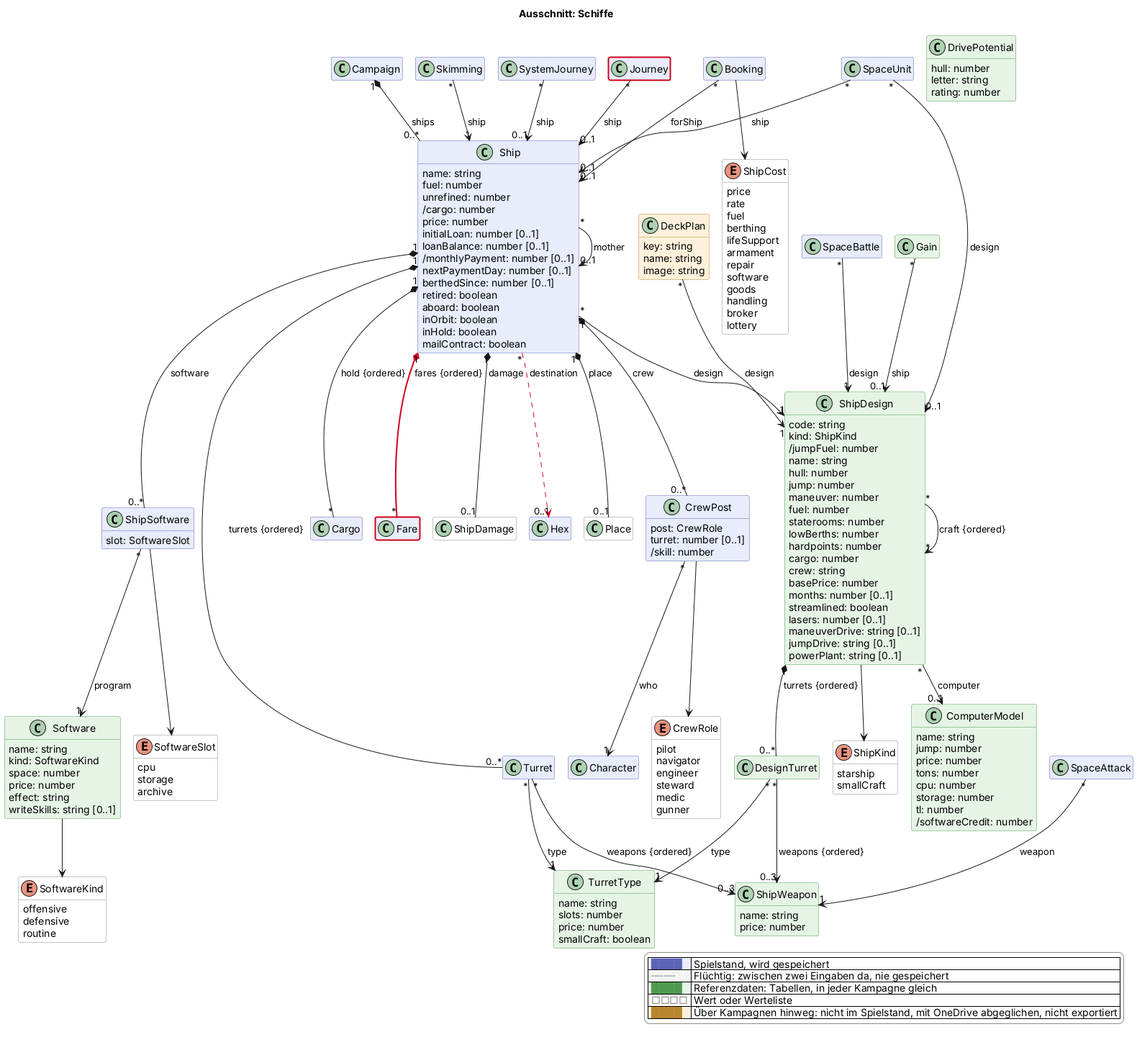
Above: docs/views/schiffe.png in scuzzar/SRE (PlantUML), before the change.
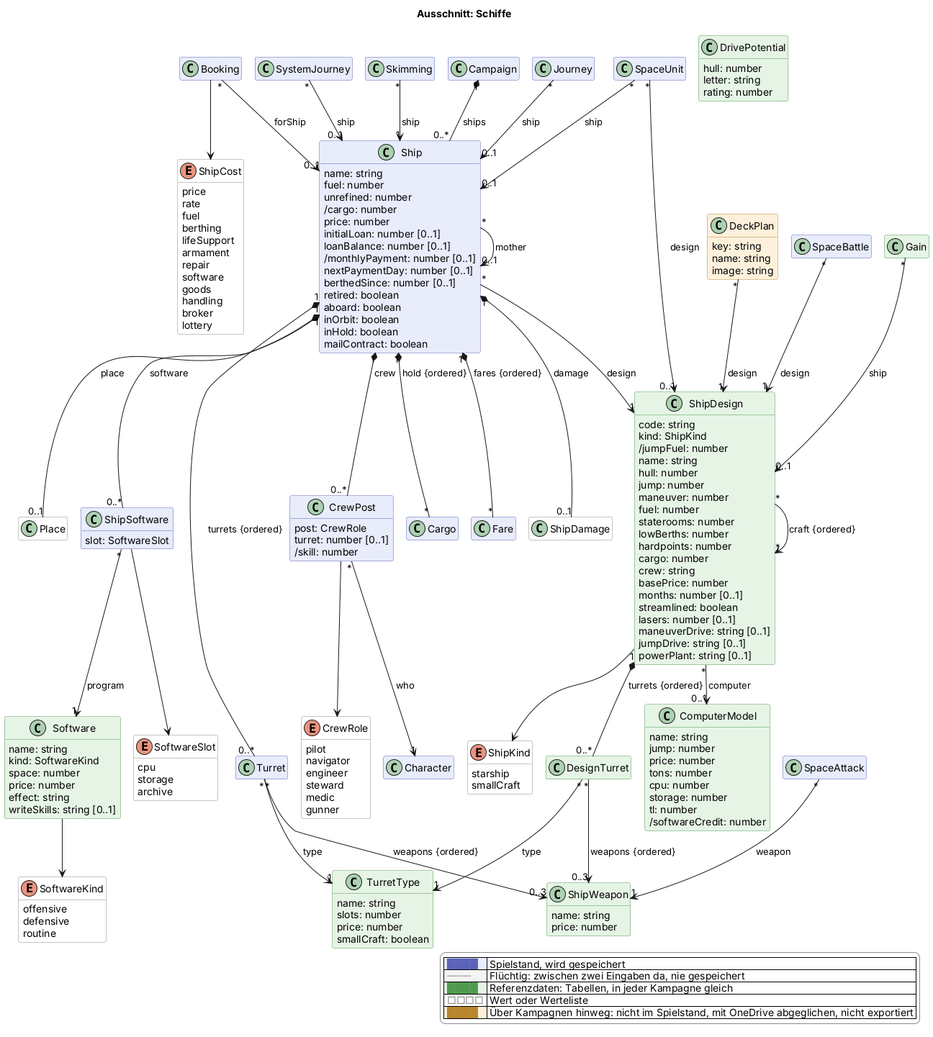
After the commit.

Change to the diagram source:
```diff
@@ -200,7 +200,7 @@
   }
 
   class Cargo $handel
-  class Fare $handel $newClass("2026-11-27c")
+  class Fare $handel
 
   class Skimming $raum
   class ShipDamage <<value>> $raum
@@ -209,7 +209,6 @@
   class SpaceUnit $raum
 
 
-  class Hex $sektor
 
 
 
@@ -244,8 +243,7 @@
 Booking "*" --> "0..1" Ship : forShip
 
 Ship "1" *-- "*" Cargo : hold {ordered}
-Ship "*" -$goneArrow("2026-11-27c")-> "0..1" Hex : destination
-Ship "1" *-$newArrow("2026-11-27c")- "*" Fare : fares {ordered}
+Ship "1" *-- "*" Fare : fares {ordered}
 
 SpaceUnit "*" --> "0..1" Ship : ship
 SpaceUnit "*" --> "0..1" ShipDesign : design
@@ -278,5 +276,4 @@
   |<#ffffff> <color:#8a8a8a>□□□□</color> | Wert oder Werteliste |
   |<#fdf1dc> <color:#b8862e>████</color> | Über Kampagnen hinweg: nicht im Spielstand, mit OneDrive abgeglichen, nicht exportiert |
 endlegend
-class Journey #line:d0021b;line.bold
 @enduml
```
